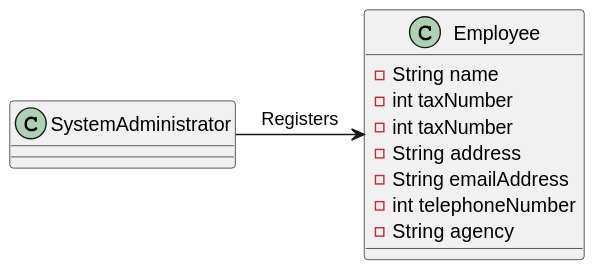
The PlantUML diagram docs/sprintB/US003/02.analysis/svg/US003-Domain Model.svg in tiagohcorreia/LAPR2, before a commit. Source of this version:
```plantuml
@startuml
class SystemAdministrator {
}

class Employee {
    - String name
    - int taxNumber
    - int taxNumber
    - String address
    - String emailAddress
    - int telephoneNumber
    - String agency
}

SystemAdministrator -> Employee: Registers
@enduml
```
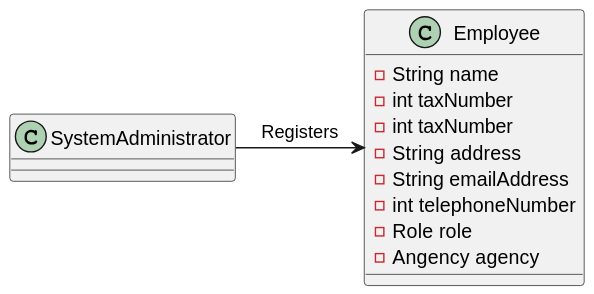
The same file after the commit.

Change to the diagram source:
```diff
@@ -9,7 +9,8 @@
     - String address
     - String emailAddress
     - int telephoneNumber
-    - String agency
+    - Role role
+    - Angency agency
 }
 
 SystemAdministrator -> Employee: Registers
```
